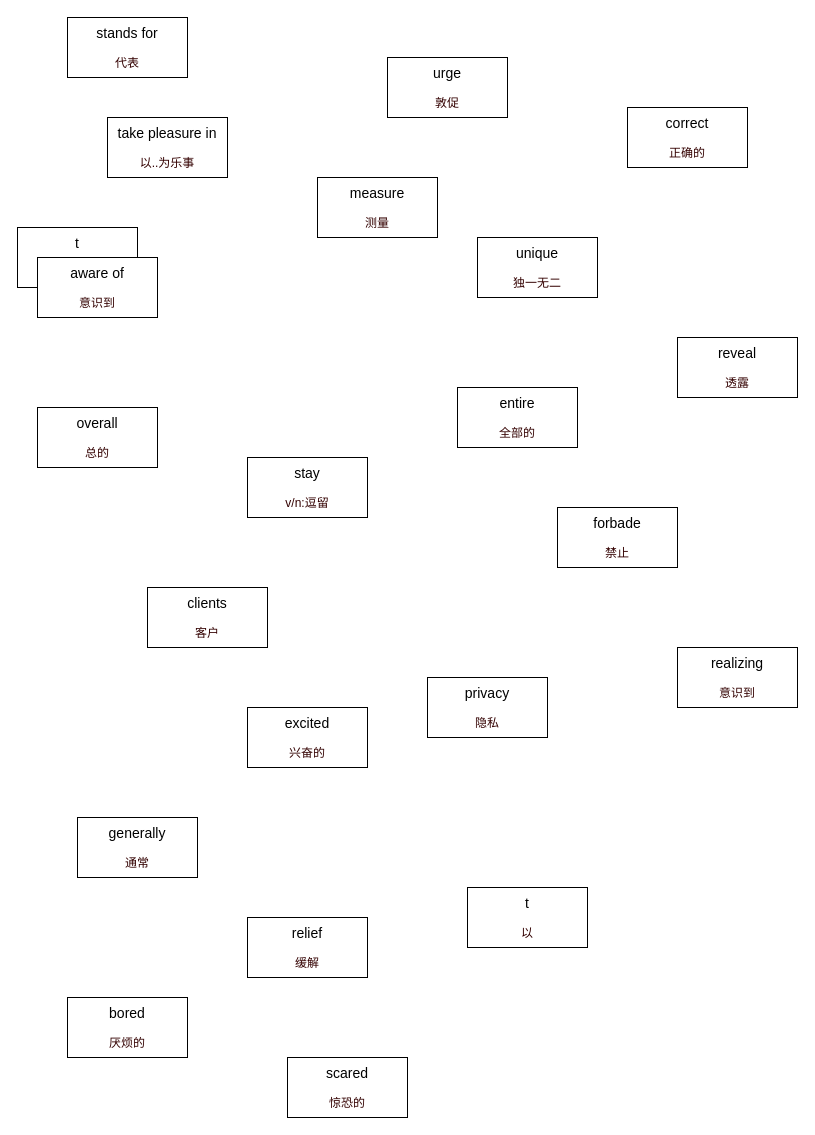
banBlue/drawio keeps this draw.io diagram as ocean.drawio. Above is the earlier version. Source tidied: cells renumbered, new cells numbered last; positions are measured from the earlier drawing's top-left corner, leaving out a move shared by most shapes. Both pictures are drawn from the tidied source at 100%, with x=0, y=0 at pixel (17, 17).
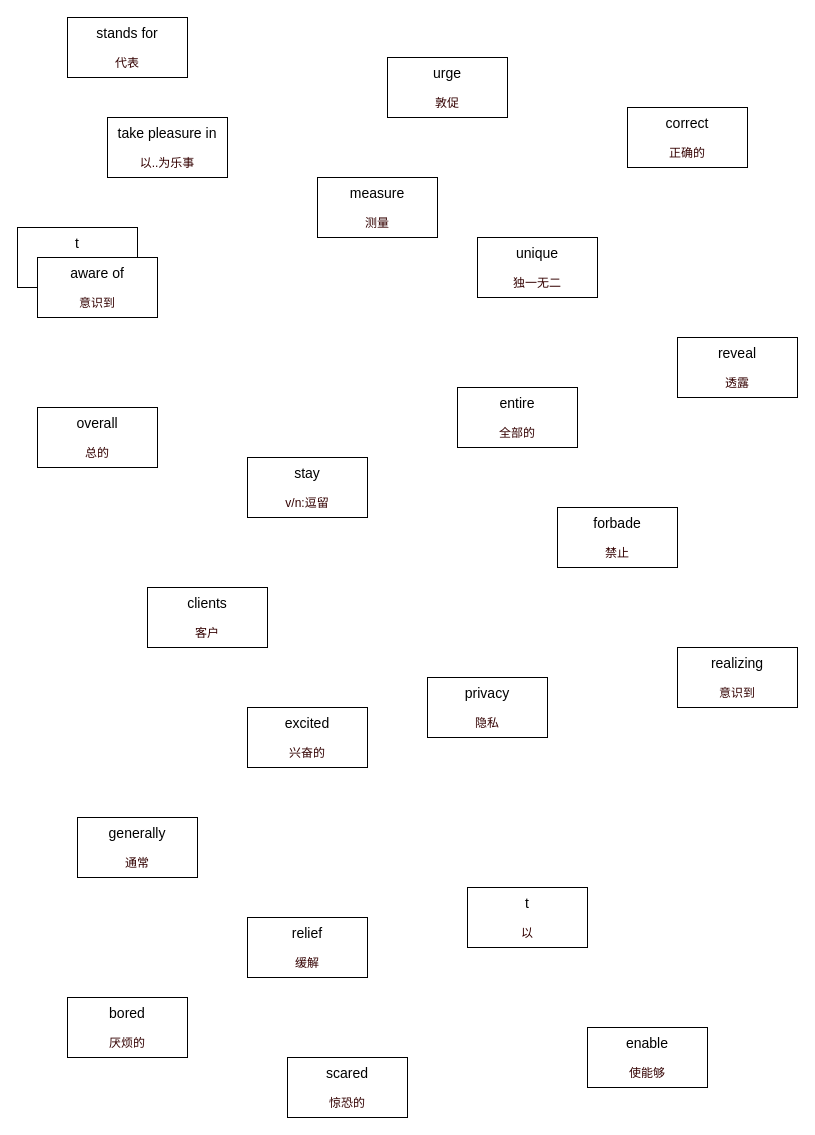
Above is the later version.

What changed in the source:
```diff
@@
+    <mxCell id="24" value="&lt;font style=&quot;font-size: 14px&quot;&gt;enable&lt;br&gt;&lt;/font&gt;&lt;br&gt;&lt;font color=&quot;#330000&quot;&gt;使能够&lt;/font&gt;" style="rounded=0;whiteSpace=wrap;html=1;" parent="1" vertex="1">
+      <mxGeometry x="570" y="1010" width="120" height="60" as="geometry" />
+    </mxCell>
```
